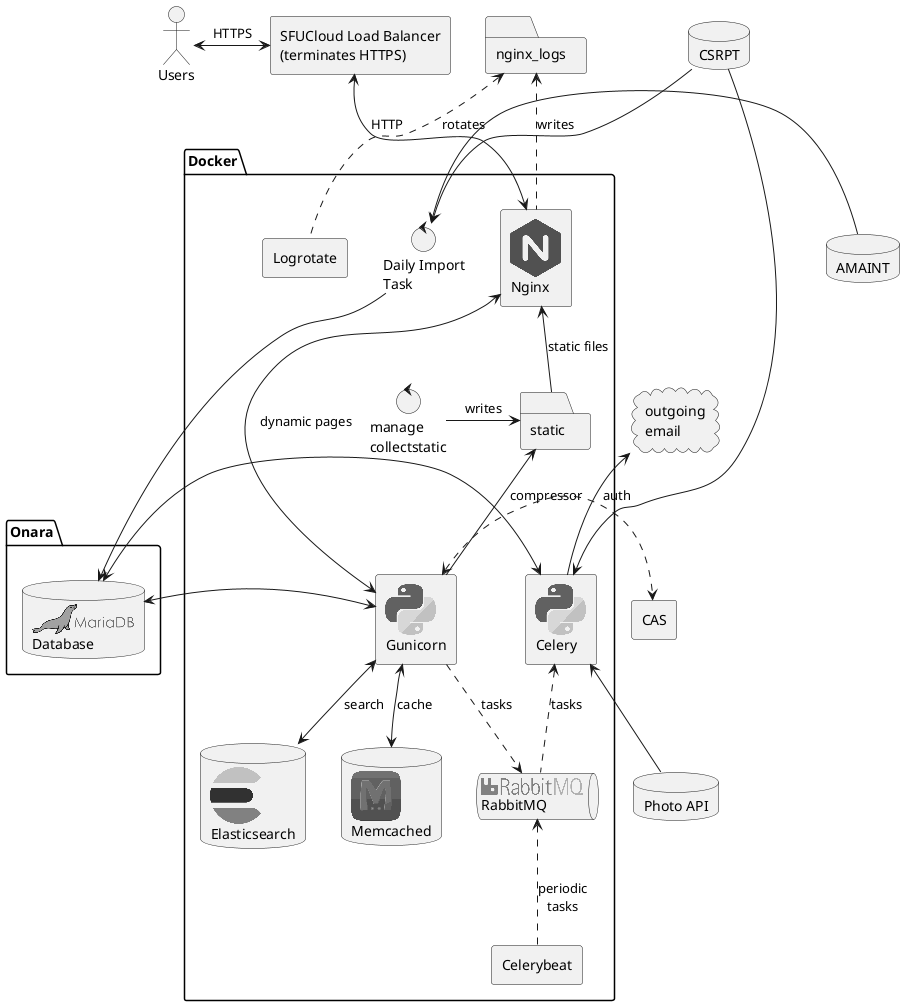
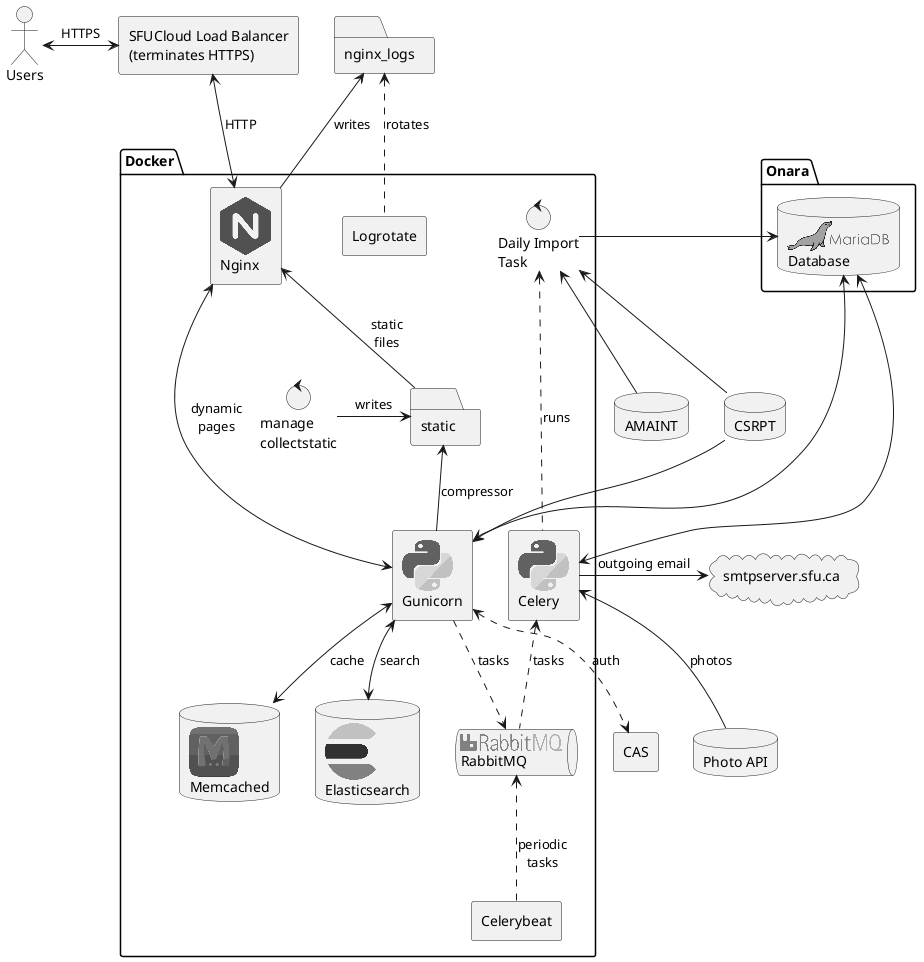
' To generate diagram:
' sudo apt install plantuml
' plantuml arch.puml

' https://github.com/plantuml/plantuml-stdlib/tree/master/stdlib/logos

@startuml

!include <logos/nginx>
!include <logos/gunicorn>
!include <logos/django>
!include <logos/rabbitmq>
!include <logos/ruby>
!include <logos/python>
!include <logos/rabbitmq>
!include <logos/memcached>
!include <logos/elasticsearch>
!include <logos/mariadb>

actor Users as users

agent "SFUCloud Load Balancer\n(terminates HTTPS)" as lb

users <-> lb : HTTPS

package "Docker" {
    folder "static" as static
    control "Daily Import\nTask" as import

    agent "<$python>\nCelery" as celery
    agent "Celerybeat" as celerybeat
    agent "<$nginx>\nNginx" as nginx
    agent "<$python>\nGunicorn" as gunicorn

    queue "<$rabbitmq>\nRabbitMQ" as rabbitmq
    database "<$memcached>\nMemcached" as memcached
    database "<$elasticsearch>\nElasticsearch" as elasticsearch
    agent "Logrotate" as logrotate

    static <-- gunicorn  : "compressor"
    'gunicorn --> static : "compressor"
-     nginx <-- static : static files
-     nginx <---> gunicorn : dynamic pages
+     nginx <-- static : "static\nfiles"
+     nginx <---> gunicorn : "dynamic\npages"

    gunicorn ..> rabbitmq : tasks
    celery <.. rabbitmq : tasks
    gunicorn <--> memcached : cache
    gunicorn <--> elasticsearch : search
    rabbitmq <.. celerybeat : periodic\ntasks
+     import <... celery : runs

    control "manage\ncollectstatic" as collectstatic
- 
}

package "Onara" {
    database "<$mariadb>\nDatabase" as db
}

lb <--> nginx : HTTP
- gunicorn <-> db
- celery <--> db
+ db <--> gunicorn
+ db <--> celery
db <- import

'package "External APIs" {
    database "CSRPT" as csrpt
    agent "CAS" as cas
    database "Photo API" as photo
    database "AMAINT" as amaint
-     cloud "outgoing\nemail" as email
+     cloud "smtpserver.sfu.ca" as email
'}

- csrpt --> import
- 'celery <-- csrpt
- csrpt --> celery
- gunicorn <.> cas : auth
- celery <-- photo
- email <-- celery
- amaint -> import
+ import <-- csrpt
+ 'csrpt --> celery
+ csrpt --> gunicorn
+ gunicorn <..> cas : auth
+ celery <-- photo : photos
+ email <- celery : "outgoing email"
+ import <-- amaint

'static <- collectstatic : "writes"
collectstatic -> static : "writes"

folder "nginx_logs" as nginx_logs
- nginx_logs <.. nginx : writes
+ nginx_logs <-- nginx : writes
nginx_logs <.. logrotate : rotates

@enduml
